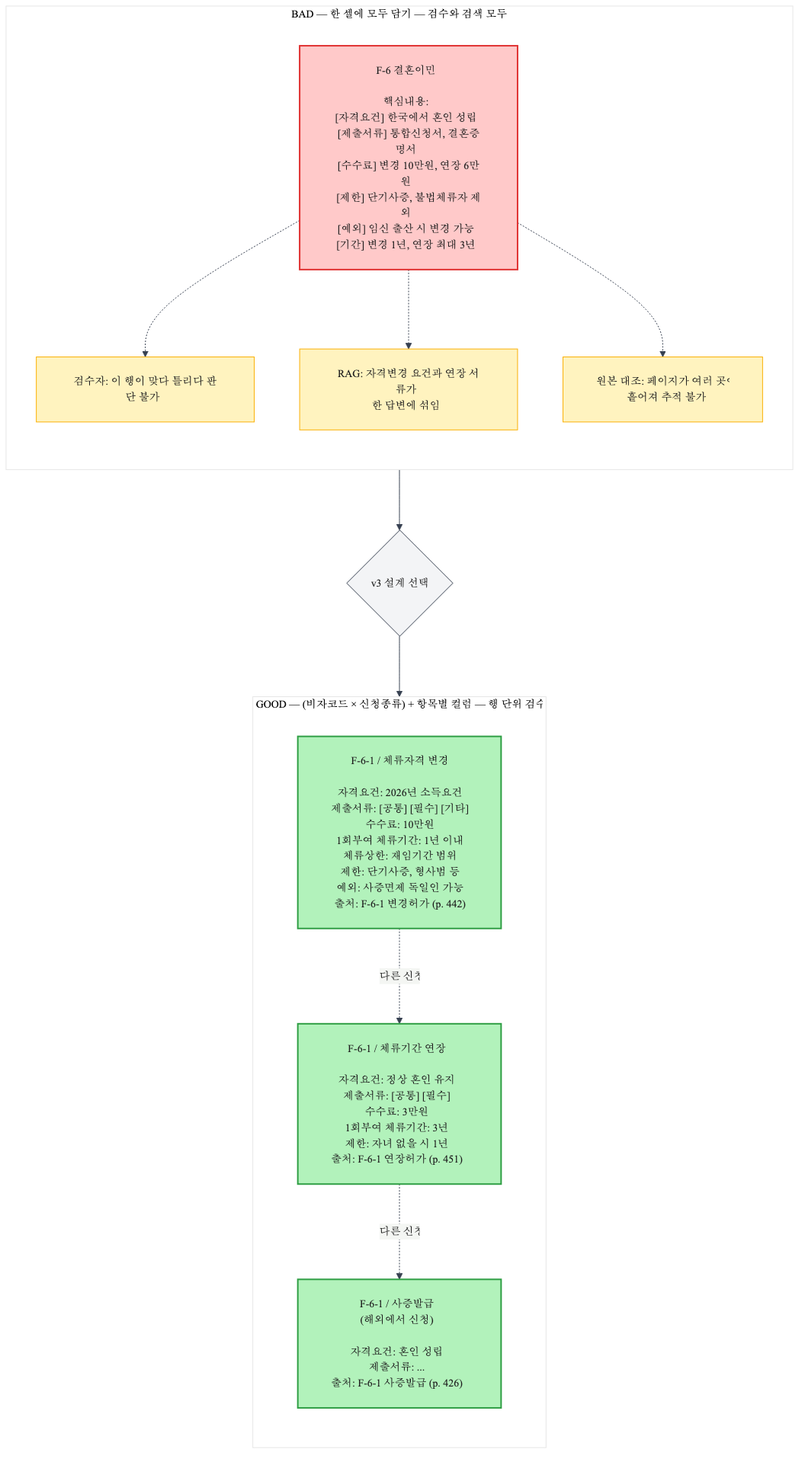
Before: docs/diagrams/column_design_rationale.png, a diagram exported from Mermaid (jhkim0602/-Vizabridge-IT-AI-). Its source is kept beside it as docs/diagrams/column_design_rationale.mmd.
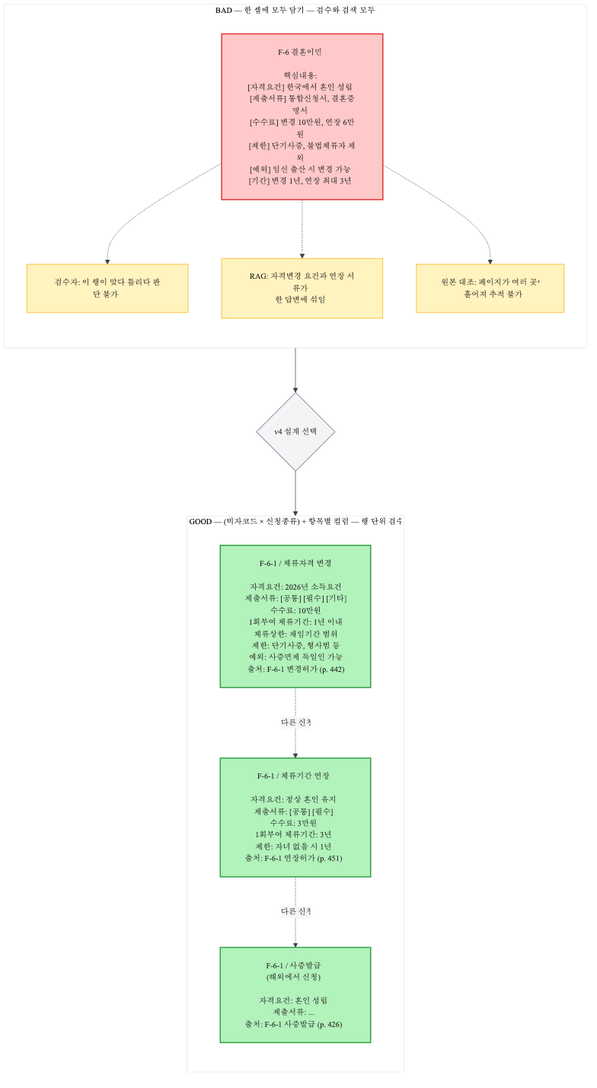
The same file after the commit.

Diff of the diagram source:
```diff
@@ -21,4 +21,4 @@
         G2 -.다른 신청.-> G3
     end
 
-    BAD --> X{"v3 설계 선택&nbsp;"} --> GOOD
+    BAD --> X{"v4 설계 선택&nbsp;"} --> GOOD
```
